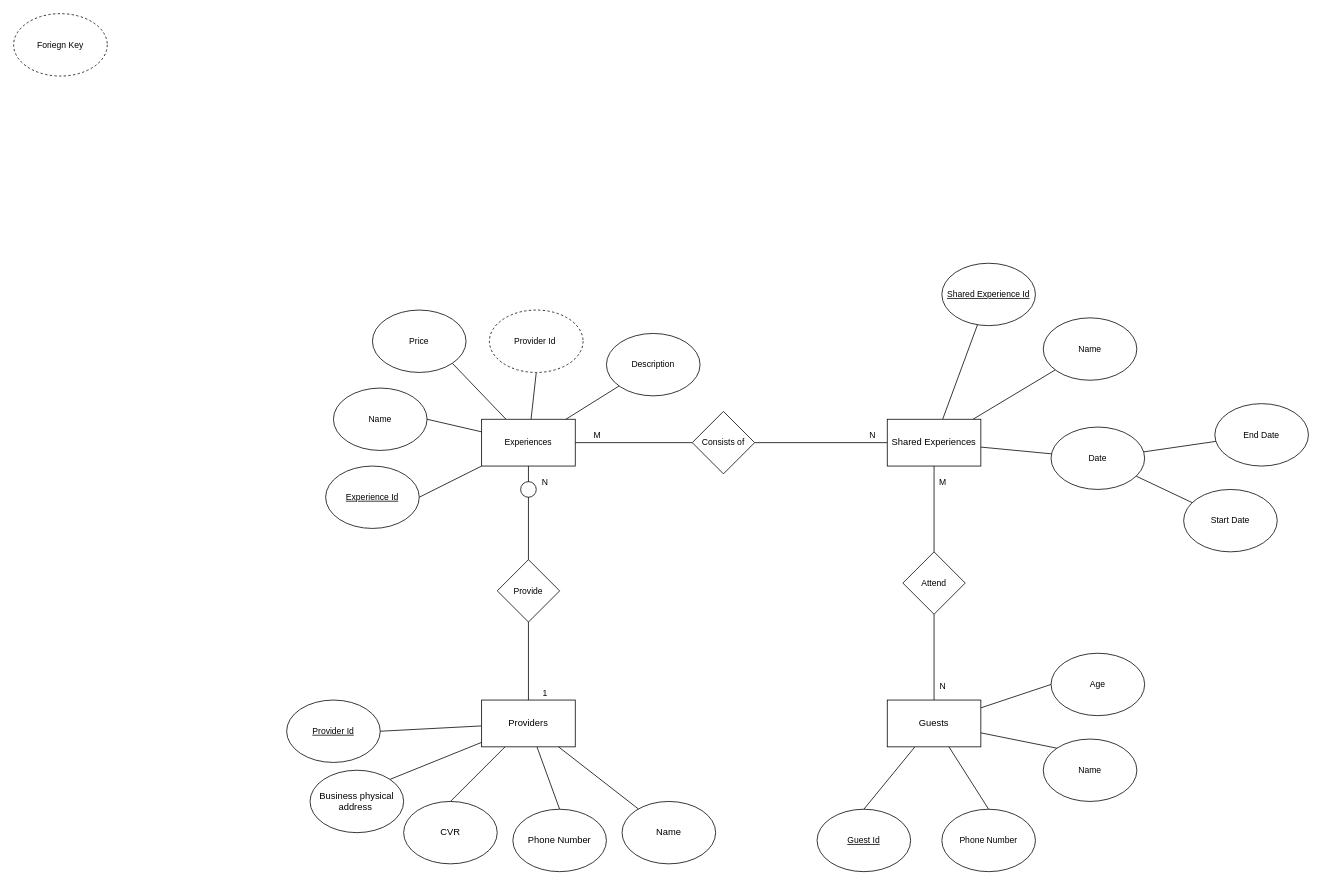
The draw.io diagram SharedExperiences.drawio in 4-semester-MCJ/BAD, before the edit. Source tidied: cells renumbered, new cells numbered last; positions are measured from the earlier drawing's top-left corner, leaving out a move shared by most shapes. Both pictures are drawn from the tidied source at 78%, with x=0, y=0 at pixel (13, 13).
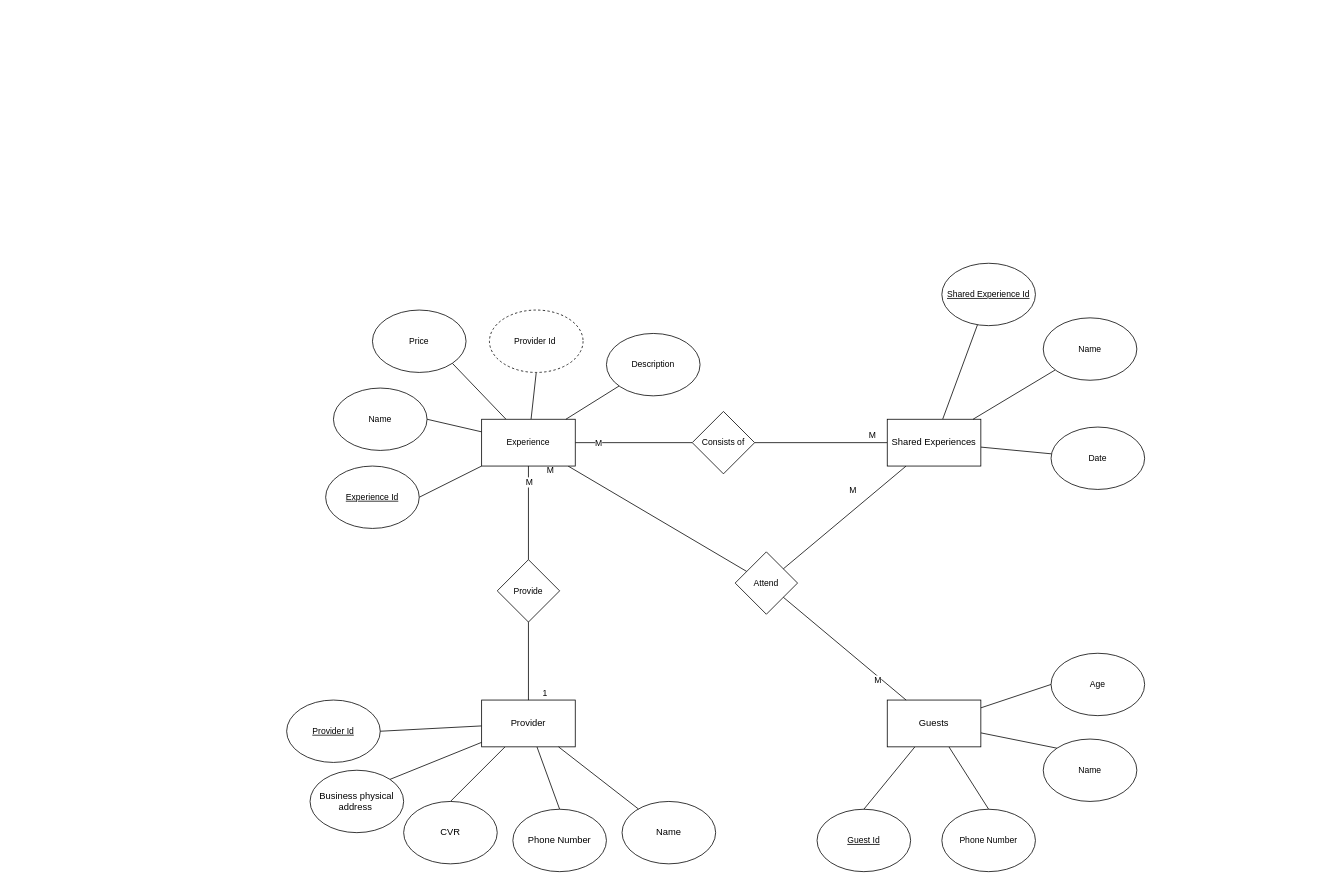
Above is the later version.

The change refers to these unchanged cells:
```xml
<mxCell id="2" style="group;" parent="1" vertex="1">
  <mxGeometry x="350" y="880" width="410" height="220" as="geometry" />
</mxCell>
<mxCell id="12" style="edgeStyle=none;shape=connector;rounded=1;html=1;entryX=0.5;entryY=1;entryDx=0;entryDy=0;strokeColor=default;align=center;verticalAlign=middle;fontFamily=Helvetica;fontSize=11;fontColor=default;labelBackgroundColor=default;endArrow=none;endFill=0;" parent="1" edge="1" source="14" target="51">
  <mxGeometry relative="1" as="geometry" />
</mxCell>
<mxCell id="17" style="edgeStyle=none;shape=connector;rounded=1;html=1;strokeColor=default;align=center;verticalAlign=middle;fontFamily=Helvetica;fontSize=11;fontColor=default;labelBackgroundColor=default;endArrow=none;endFill=0;" parent="1" edge="1" source="21" target="51">
  <mxGeometry relative="1" as="geometry" />
</mxCell>
<mxCell id="19" style="edgeStyle=none;shape=connector;rounded=1;html=1;strokeColor=default;align=center;verticalAlign=middle;fontFamily=Helvetica;fontSize=11;fontColor=default;labelBackgroundColor=default;endArrow=none;endFill=0;" parent="1" edge="1" source="21" target="40">
  <mxGeometry relative="1" as="geometry" />
</mxCell>
<mxCell id="34" style="edgeStyle=none;shape=connector;rounded=1;html=1;strokeColor=default;align=center;verticalAlign=middle;fontFamily=Helvetica;fontSize=11;fontColor=default;labelBackgroundColor=default;endArrow=none;endFill=0;" parent="1" edge="1" source="30" target="33">
  <mxGeometry relative="1" as="geometry" />
</mxCell>
<mxCell id="60" value="Date" style="ellipse;whiteSpace=wrap;html=1;fontFamily=Helvetica;fontSize=11;fontColor=default;labelBackgroundColor=default;" parent="1" vertex="1">
  <mxGeometry x="1330" y="530" width="120" height="80" as="geometry" />
</mxCell>
```

Diff of the diagram source:
```diff
@@
-    <mxCell id="8" value="Providers" style="rounded=0;whiteSpace=wrap;html=1;" parent="2" vertex="1">
+    <mxCell id="8" value="Provider" style="rounded=0;whiteSpace=wrap;html=1;" parent="2" vertex="1">
       <mxGeometry x="250" width="120" height="60" as="geometry" />
     </mxCell>
@@
-    <mxCell id="13" value="N" style="edgeLabel;html=1;align=center;verticalAlign=middle;fontFamily=Helvetica;fontSize=11;fontColor=default;labelBackgroundColor=default;" parent="12" vertex="1">
+    <mxCell id="13" value="M" style="edgeLabel;html=1;align=center;verticalAlign=middle;fontFamily=Helvetica;fontSize=11;fontColor=default;labelBackgroundColor=default;" parent="12" vertex="1">
       <mxGeometry x="0.08" y="1" relative="1" as="geometry">
-        <mxPoint x="21" y="-35" as="offset" />
+        <mxPoint x="1" y="-35" as="offset" />
       </mxGeometry>
     </mxCell>
@@
     <mxCell id="18" value="M" style="edgeLabel;html=1;align=center;verticalAlign=middle;fontFamily=Helvetica;fontSize=11;fontColor=default;labelBackgroundColor=default;" parent="17" vertex="1">
       <mxGeometry x="0.46" relative="1" as="geometry">
-        <mxPoint x="-13" y="-10" as="offset" />
+        <mxPoint x="-11" as="offset" />
       </mxGeometry>
     </mxCell>
@@
-    <mxCell id="20" value="N" style="edgeLabel;html=1;align=center;verticalAlign=middle;fontFamily=Helvetica;fontSize=11;fontColor=default;labelBackgroundColor=default;" parent="19" vertex="1">
+    <mxCell id="20" value="M" style="edgeLabel;html=1;align=center;verticalAlign=middle;fontFamily=Helvetica;fontSize=11;fontColor=default;labelBackgroundColor=default;" parent="19" vertex="1">
       <mxGeometry x="0.38" y="5" relative="1" as="geometry">
         <mxPoint x="33" y="-5" as="offset" />
       </mxGeometry>
     </mxCell>
@@
-    <mxCell id="22" value="Foriegn Key" style="ellipse;whiteSpace=wrap;html=1;fontFamily=Helvetica;fontSize=11;fontColor=default;labelBackgroundColor=default;dashed=1;" parent="1" vertex="1">
-      <mxGeometry width="120" height="80" as="geometry" />
-    </mxCell>
@@
+    <mxCell id="63" style="edgeStyle=none;html=1;endArrow=none;endFill=0;" parent="1" edge="1" source="33" target="51">
+      <mxGeometry relative="1" as="geometry" />
+    </mxCell>
+    <mxCell id="64" value="M" style="edgeLabel;html=1;align=center;verticalAlign=middle;" parent="63" vertex="1">
+      <mxGeometry x="0.47" y="1" relative="1" as="geometry">
+        <mxPoint x="-84" y="-31" as="offset" />
+      </mxGeometry>
+    </mxCell>
     <mxCell id="33" value="Attend" style="rhombus;whiteSpace=wrap;html=1;fontFamily=Helvetica;fontSize=11;fontColor=default;labelBackgroundColor=default;" parent="1" vertex="1">
-      <mxGeometry x="1140" y="690" width="80" height="80" as="geometry" />
+      <mxGeometry x="925" y="690" width="80" height="80" as="geometry" />
     </mxCell>
@@
-    <mxCell id="35" value="N" style="edgeLabel;html=1;align=center;verticalAlign=middle;fontFamily=Helvetica;fontSize=11;fontColor=default;labelBackgroundColor=default;" parent="34" vertex="1">
+    <mxCell id="35" value="M" style="edgeLabel;html=1;align=center;verticalAlign=middle;fontFamily=Helvetica;fontSize=11;fontColor=default;labelBackgroundColor=default;" parent="34" vertex="1">
       <mxGeometry x="-0.41" y="1" relative="1" as="geometry">
         <mxPoint x="11" y="13" as="offset" />
       </mxGeometry>
     </mxCell>
@@
-    <mxCell id="44" style="ellipse;whiteSpace=wrap;html=1;fontFamily=Helvetica;fontSize=11;fontColor=default;labelBackgroundColor=default;" parent="1" vertex="1">
-      <mxGeometry x="650" y="600" width="20" height="20" as="geometry" />
-    </mxCell>
@@
-    <mxCell id="51" value="Experiences" style="rounded=0;whiteSpace=wrap;html=1;fontFamily=Helvetica;fontSize=11;fontColor=default;labelBackgroundColor=default;" parent="1" vertex="1">
+    <mxCell id="51" value="Experience" style="rounded=0;whiteSpace=wrap;html=1;fontFamily=Helvetica;fontSize=11;fontColor=default;labelBackgroundColor=default;" parent="1" vertex="1">
       <mxGeometry x="600" y="520" width="120" height="60" as="geometry" />
     </mxCell>
@@
-    <mxCell id="58" style="edgeStyle=none;shape=connector;rounded=1;html=1;strokeColor=default;align=center;verticalAlign=middle;fontFamily=Helvetica;fontSize=11;fontColor=default;labelBackgroundColor=default;endArrow=none;endFill=0;" parent="1" edge="1" source="60" target="61">
-      <mxGeometry relative="1" as="geometry" />
-    </mxCell>
-    <mxCell id="59" style="edgeStyle=none;shape=connector;rounded=1;html=1;strokeColor=default;align=center;verticalAlign=middle;fontFamily=Helvetica;fontSize=11;fontColor=default;labelBackgroundColor=default;endArrow=none;endFill=0;" parent="1" edge="1" source="60" target="62">
-      <mxGeometry relative="1" as="geometry" />
-    </mxCell>
@@
-    <mxCell id="61" value="End Date" style="ellipse;whiteSpace=wrap;html=1;fontFamily=Helvetica;fontSize=11;fontColor=default;labelBackgroundColor=default;" parent="1" vertex="1">
-      <mxGeometry x="1540" y="500" width="120" height="80" as="geometry" />
-    </mxCell>
-    <mxCell id="62" value="Start Date" style="ellipse;whiteSpace=wrap;html=1;fontFamily=Helvetica;fontSize=11;fontColor=default;labelBackgroundColor=default;" parent="1" vertex="1">
-      <mxGeometry x="1500" y="610" width="120" height="80" as="geometry" />
-    </mxCell>
```
